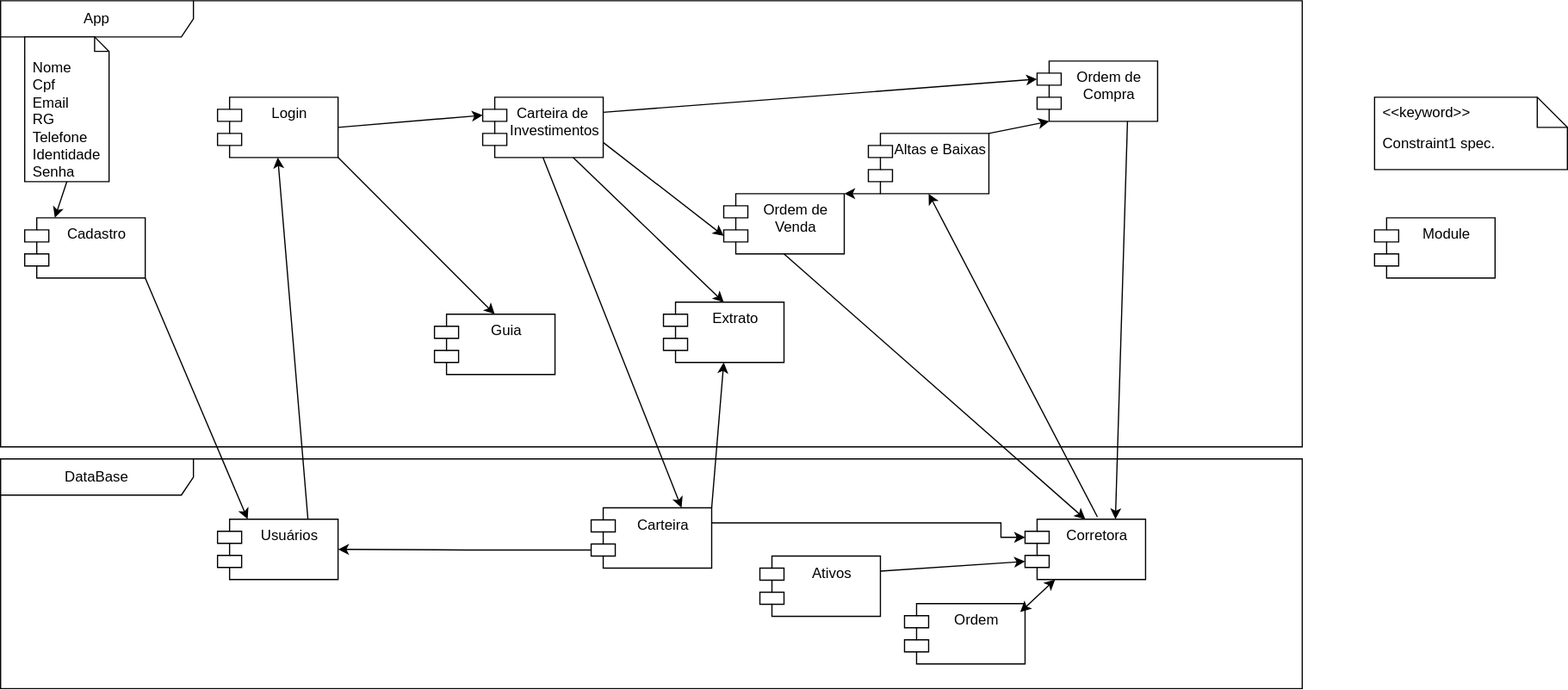
The draw.io diagram DiagramaComponetes.svg in JesCat16/Projeto01_Modelagem_De_Software, before a commit. Source tidied: cells renumbered, new cells last; positions are measured from the earlier drawing's top-left corner, leaving out a move shared by most shapes.
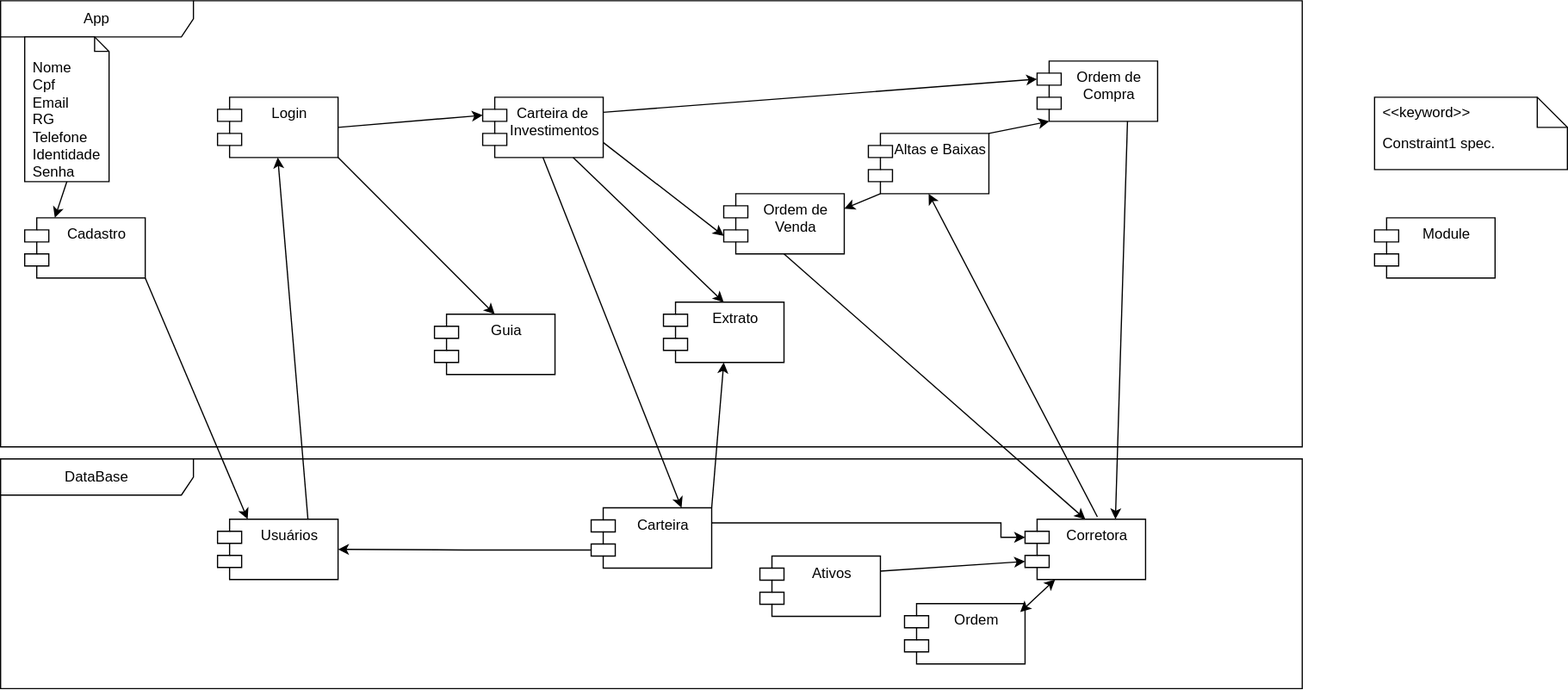
The same diagram one commit later.

Diff of the diagram source:
```diff
@@ -78,7 +78,7 @@
     <mxCell id="25" style="rounded=0;jettySize=auto;html=1;exitX=1;exitY=0.75;exitDx=0;exitDy=0;entryX=0;entryY=0;entryDx=0;entryDy=35;entryPerimeter=0;" parent="12" edge="1" source="20" target="23">
       <mxGeometry relative="1" as="geometry" />
     </mxCell>
-    <mxCell id="26" style="rounded=0;jettySize=auto;html=1;exitX=0;exitY=1;exitDx=10;exitDy=0;exitPerimeter=0;entryX=1;entryY=0;entryDx=0;entryDy=0;" parent="12" edge="1" source="27" target="23">
+    <mxCell id="26" style="rounded=0;jettySize=auto;html=1;exitX=0;exitY=1;exitDx=10;exitDy=0;exitPerimeter=0;entryX=1;entryY=0.25;entryDx=0;entryDy=0;" parent="12" edge="1" source="27" target="23">
       <mxGeometry relative="1" as="geometry" />
     </mxCell>
     <mxCell id="27" value="Altas e Baixas" style="shape=module;align=left;spacingLeft=20;align=center;verticalAlign=top;whiteSpace=wrap;html=1;" parent="12" vertex="1">
```
